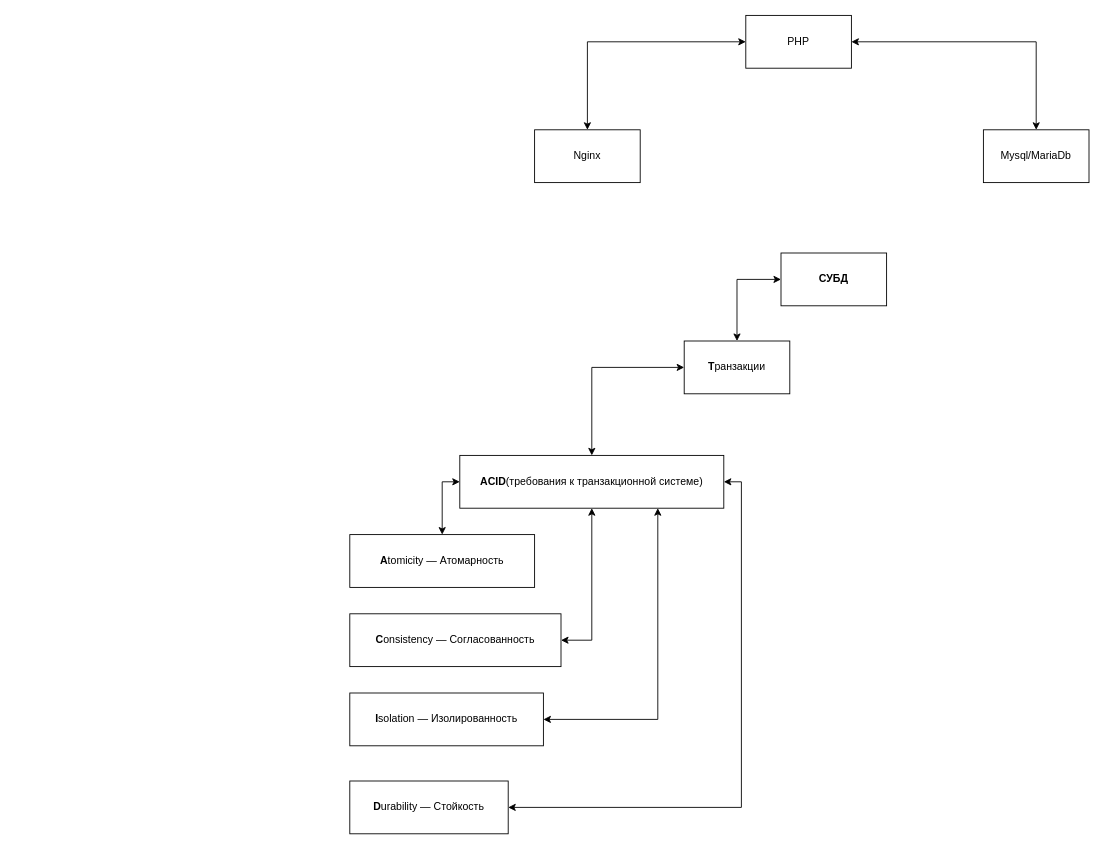
Above: My_knowledges_map.drawio in porfirovskiy/My_Knowledges (draw.io), before the change. Source tidied: cells renumbered, new cells numbered last; positions are measured from the earlier drawing's top-left corner, leaving out a move shared by most shapes. Both pictures are drawn from the tidied source at 88%, with x=0, y=0 at pixel (349, 15).
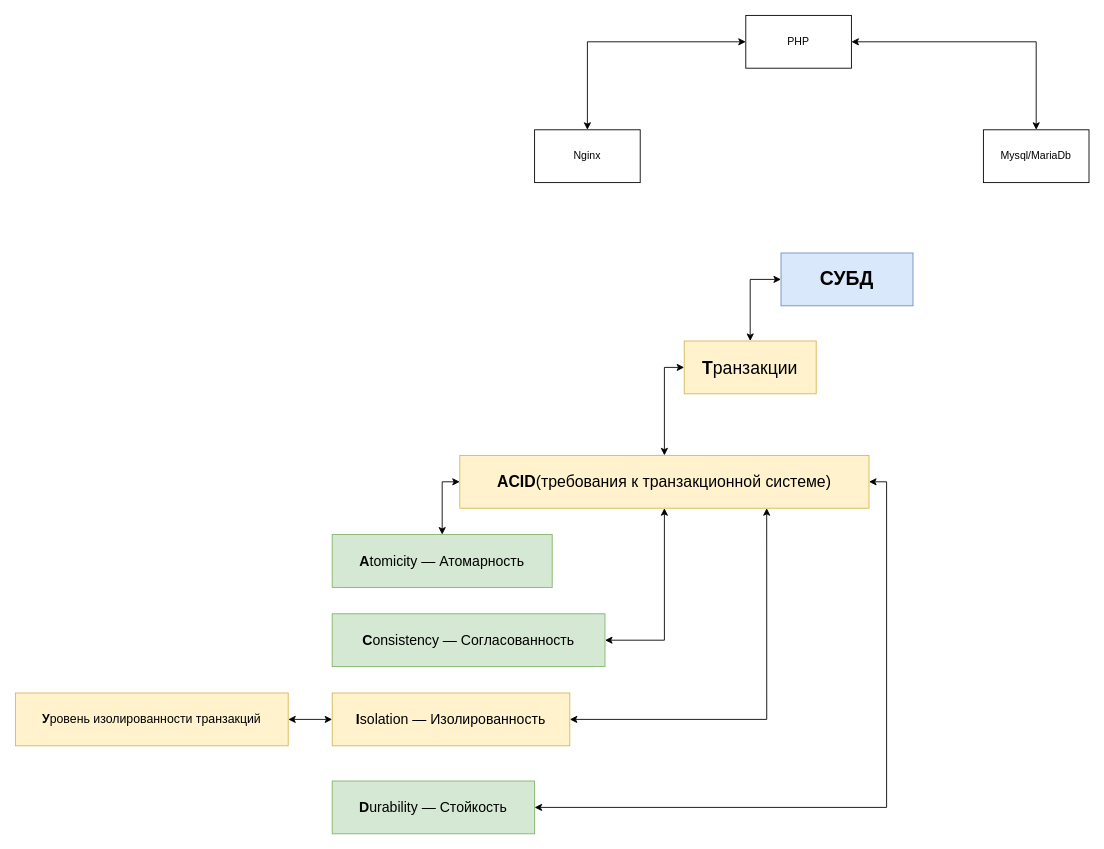
After the change.

The edit, as a diff of the source:
```diff
@@
-    <mxCell id="8" value="&lt;b&gt;СУБД&lt;/b&gt;" style="rounded=0;whiteSpace=wrap;html=1;" parent="1" vertex="1">
-      <mxGeometry x="490" y="270" width="120" height="60" as="geometry" />
+    <mxCell id="8" value="&lt;font style=&quot;font-size: 22px&quot;&gt;&lt;b&gt;СУБД&lt;/b&gt;&lt;/font&gt;" style="rounded=0;whiteSpace=wrap;html=1;fillColor=#dae8fc;strokeColor=#6c8ebf;" parent="1" vertex="1">
+      <mxGeometry x="490" y="270" width="150" height="60" as="geometry" />
     </mxCell>
@@
-    <mxCell id="10" value="&lt;b&gt;Т&lt;/b&gt;ранзакции" style="rounded=0;whiteSpace=wrap;html=1;" parent="1" vertex="1">
-      <mxGeometry x="380" y="370" width="120" height="60" as="geometry" />
+    <mxCell id="10" value="&lt;font style=&quot;font-size: 20px&quot;&gt;&lt;b&gt;Т&lt;/b&gt;ранзакции&lt;/font&gt;" style="rounded=0;whiteSpace=wrap;html=1;fillColor=#fff2cc;strokeColor=#d6b656;" parent="1" vertex="1">
+      <mxGeometry x="380" y="370" width="150" height="60" as="geometry" />
     </mxCell>
@@
-    <mxCell id="15" value="&lt;b&gt;ACID&lt;/b&gt;(требования к транзакционной системе)" style="rounded=0;whiteSpace=wrap;html=1;" parent="1" vertex="1">
-      <mxGeometry x="125" y="500" width="300" height="60" as="geometry" />
+    <mxCell id="15" value="&lt;font style=&quot;font-size: 18px&quot;&gt;&lt;b&gt;ACID&lt;/b&gt;(требования к транзакционной системе)&lt;/font&gt;" style="rounded=0;whiteSpace=wrap;html=1;fillColor=#fff2cc;strokeColor=#d6b656;" parent="1" vertex="1">
+      <mxGeometry x="125" y="500" width="465" height="60" as="geometry" />
     </mxCell>
-    <mxCell id="16" value="&lt;b&gt;A&lt;/b&gt;tomicity — Атомарность" style="rounded=0;whiteSpace=wrap;html=1;" parent="1" vertex="1">
-      <mxGeometry y="590" width="210" height="60" as="geometry" />
+    <mxCell id="16" value="&lt;font style=&quot;font-size: 16px&quot;&gt;&lt;b&gt;A&lt;/b&gt;tomicity — Атомарность&lt;/font&gt;" style="rounded=0;whiteSpace=wrap;html=1;fillColor=#d5e8d4;strokeColor=#82b366;" parent="1" vertex="1">
+      <mxGeometry x="-20" y="590" width="250" height="60" as="geometry" />
     </mxCell>
-    <mxCell id="17" value="&lt;b&gt;C&lt;/b&gt;onsistency — Согласованность" style="rounded=0;whiteSpace=wrap;html=1;" parent="1" vertex="1">
-      <mxGeometry y="680" width="240" height="60" as="geometry" />
+    <mxCell id="17" value="&lt;font style=&quot;font-size: 16px&quot;&gt;&lt;b&gt;C&lt;/b&gt;onsistency — Согласованность&lt;/font&gt;" style="rounded=0;whiteSpace=wrap;html=1;fillColor=#d5e8d4;strokeColor=#82b366;" parent="1" vertex="1">
+      <mxGeometry x="-20" y="680" width="310" height="60" as="geometry" />
     </mxCell>
+    <mxCell id="20" style="edgeStyle=orthogonalEdgeStyle;rounded=0;jettySize=auto;html=1;exitX=0;exitY=0.5;exitDx=0;exitDy=0;entryX=1;entryY=0.5;entryDx=0;entryDy=0;startArrow=classic;startFill=1;" parent="1" edge="1" source="18" target="21">
+      <mxGeometry relative="1" as="geometry" />
+    </mxCell>
-    <mxCell id="18" value="&lt;b&gt;I&lt;/b&gt;solation — Изолированность" style="rounded=0;whiteSpace=wrap;html=1;" parent="1" vertex="1">
-      <mxGeometry y="770" width="220" height="60" as="geometry" />
+    <mxCell id="18" value="&lt;font style=&quot;font-size: 16px&quot;&gt;&lt;b&gt;I&lt;/b&gt;solation — Изолированность&lt;/font&gt;" style="rounded=0;whiteSpace=wrap;html=1;fillColor=#fff2cc;strokeColor=#d6b656;" parent="1" vertex="1">
+      <mxGeometry x="-20" y="770" width="270" height="60" as="geometry" />
     </mxCell>
-    <mxCell id="19" value="&lt;b&gt;D&lt;/b&gt;urability — Стойкость" style="rounded=0;whiteSpace=wrap;html=1;" parent="1" vertex="1">
-      <mxGeometry y="870" width="180" height="60" as="geometry" />
+    <mxCell id="19" value="&lt;font style=&quot;font-size: 16px&quot;&gt;&lt;b&gt;D&lt;/b&gt;urability — Стойкость&lt;/font&gt;" style="rounded=0;whiteSpace=wrap;html=1;fillColor=#d5e8d4;strokeColor=#82b366;" parent="1" vertex="1">
+      <mxGeometry x="-20" y="870" width="230" height="60" as="geometry" />
     </mxCell>
+    <mxCell id="21" value="&lt;font style=&quot;font-size: 14px&quot;&gt;&lt;b&gt;У&lt;/b&gt;ровень изолированности транзакций&lt;/font&gt;" style="rounded=0;whiteSpace=wrap;html=1;fillColor=#fff2cc;strokeColor=#d6b656;" parent="1" vertex="1">
+      <mxGeometry x="-380" y="770" width="310" height="60" as="geometry" />
+    </mxCell>
```
